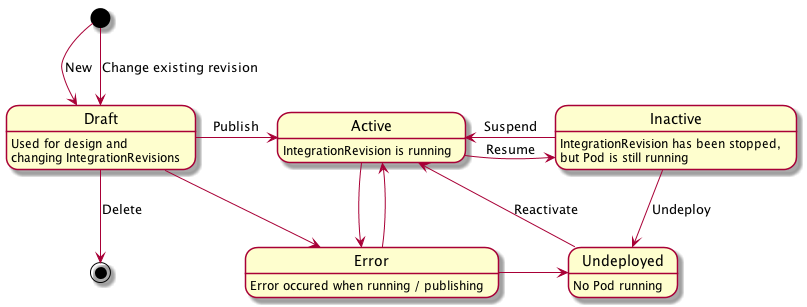
The PlantUML diagram proposals/images/integration-state.png in syndesisio/syndesis, before a commit.
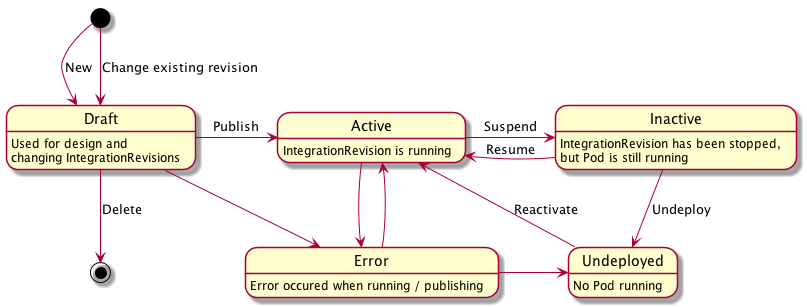
Later version of the same file.

Commit message:
Update state diagram

What changed in the source:
```diff
@@ -6,9 +6,9 @@
 Draft -right-> Active : Publish
 Draft: Used for design and\nchanging IntegrationRevisions
 
-Active -right-> Inactive : Resume
+Active -right-> Inactive : Suspend
 Active: IntegrationRevision is running
-Inactive -left-> Active : Suspend
+Inactive -left-> Active : Resume
 Inactive: IntegrationRevision has been stopped,\nbut Pod is still running
 Inactive --> Undeployed : Undeploy
 
```
